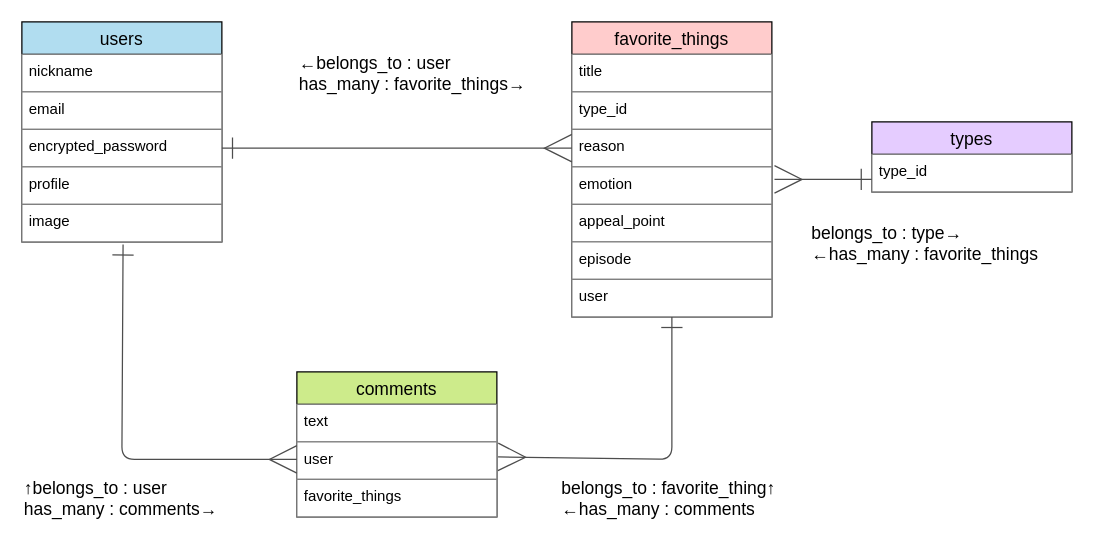
This is ER.dio from misuzu5/favorite-things-100, a draw.io file, before an edit. Source tidied: cells renumbered, new cells numbered last; positions are measured from the earlier drawing's top-left corner, leaving out a move shared by most shapes. Both pictures are drawn from the tidied source at 125%, with x=0, y=0 at pixel (21, 21).
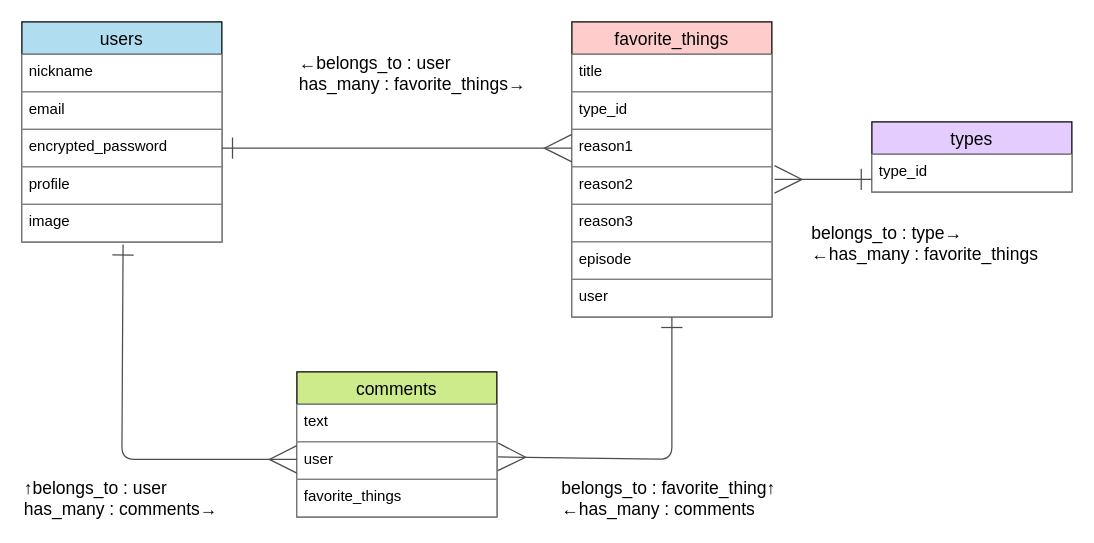
The same diagram, later.

Unchanged cells that the change refers to:
```xml
<mxCell id="8" value="favorite_things" style="swimlane;fontStyle=0;horizontal=1;startSize=26;align=center;fontSize=14;strokeColor=#000000;strokeWidth=1;fillColor=#ffcccc;fontColor=#000000;" parent="1" vertex="1">
  <mxGeometry x="440" width="160" height="236" as="geometry" />
</mxCell>
```

The edit, as a diff of the source:
```diff
@@
-    <mxCell id="11" value="reason" style="text;strokeColor=#808080;fillColor=#FFFFFF;spacingLeft=4;spacingRight=4;overflow=hidden;fontSize=12;fontColor=#000000;labelBackgroundColor=none;" parent="8" vertex="1">
+    <mxCell id="11" value="reason1" style="text;strokeColor=#808080;fillColor=#FFFFFF;spacingLeft=4;spacingRight=4;overflow=hidden;fontSize=12;fontColor=#000000;labelBackgroundColor=none;" parent="8" vertex="1">
       <mxGeometry y="86" width="160" height="30" as="geometry" />
     </mxCell>
-    <mxCell id="12" value="emotion" style="text;strokeColor=#808080;fillColor=#FFFFFF;spacingLeft=4;spacingRight=4;overflow=hidden;points=[[0,0.5],[1,0.5]];portConstraint=eastwest;fontSize=12;fontColor=#000000;labelBackgroundColor=none;" parent="8" vertex="1">
+    <mxCell id="12" value="reason2" style="text;strokeColor=#808080;fillColor=#FFFFFF;spacingLeft=4;spacingRight=4;overflow=hidden;points=[[0,0.5],[1,0.5]];portConstraint=eastwest;fontSize=12;fontColor=#000000;labelBackgroundColor=none;" parent="8" vertex="1">
       <mxGeometry y="116" width="160" height="30" as="geometry" />
     </mxCell>
-    <mxCell id="13" value="appeal_point" style="text;strokeColor=#808080;fillColor=#FFFFFF;spacingLeft=4;spacingRight=4;overflow=hidden;fontSize=12;fontColor=#000000;labelBackgroundColor=none;" parent="8" vertex="1">
+    <mxCell id="13" value="reason3" style="text;strokeColor=#808080;fillColor=#FFFFFF;spacingLeft=4;spacingRight=4;overflow=hidden;fontSize=12;fontColor=#000000;labelBackgroundColor=none;" parent="8" vertex="1">
       <mxGeometry y="146" width="160" height="30" as="geometry" />
     </mxCell>
```
